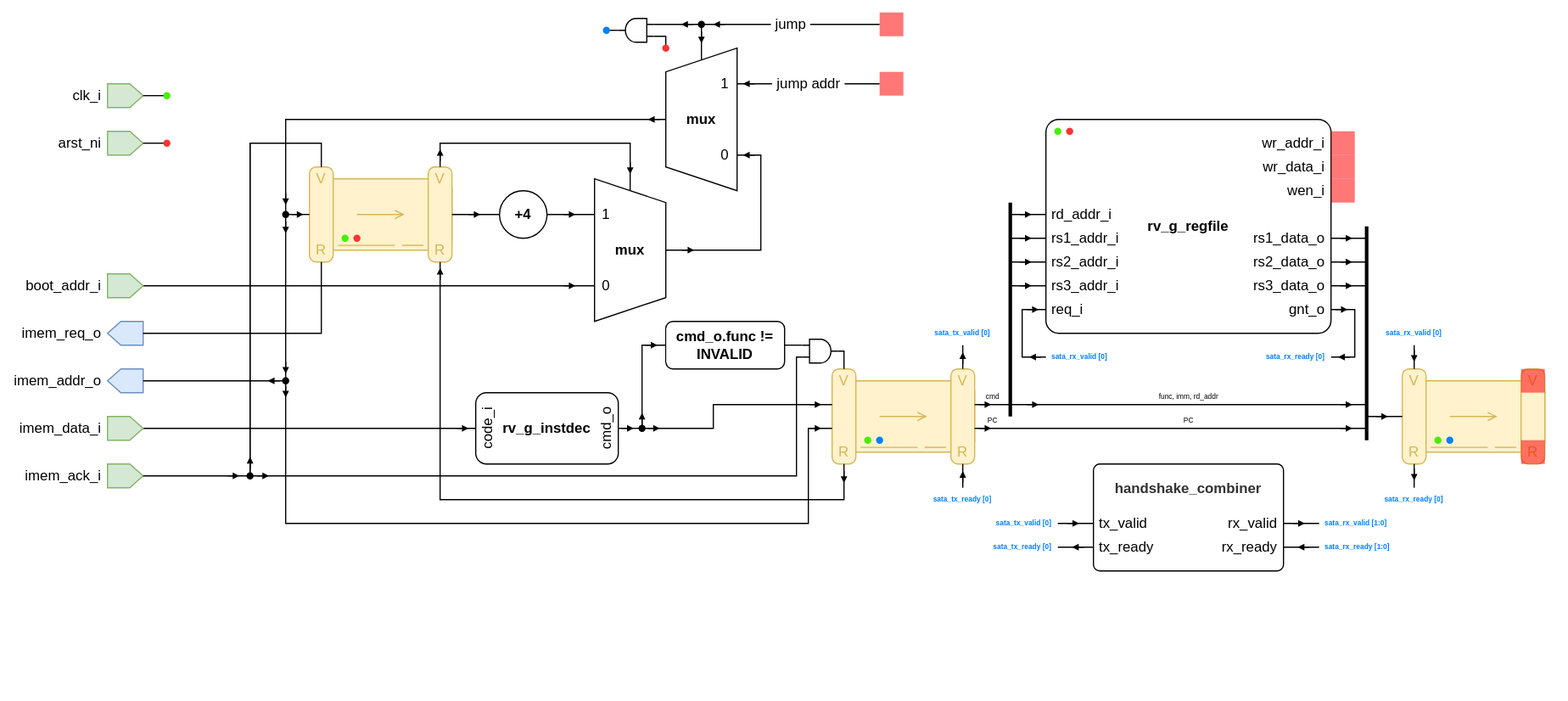
The draw.io diagram docs/rtl/rv_g_core_des.svg in squared-studio/risc-v-core, before a commit. Source tidied: cells renumbered, new cells last; positions are measured from the earlier drawing's top-left corner, leaving out a move shared by most shapes.
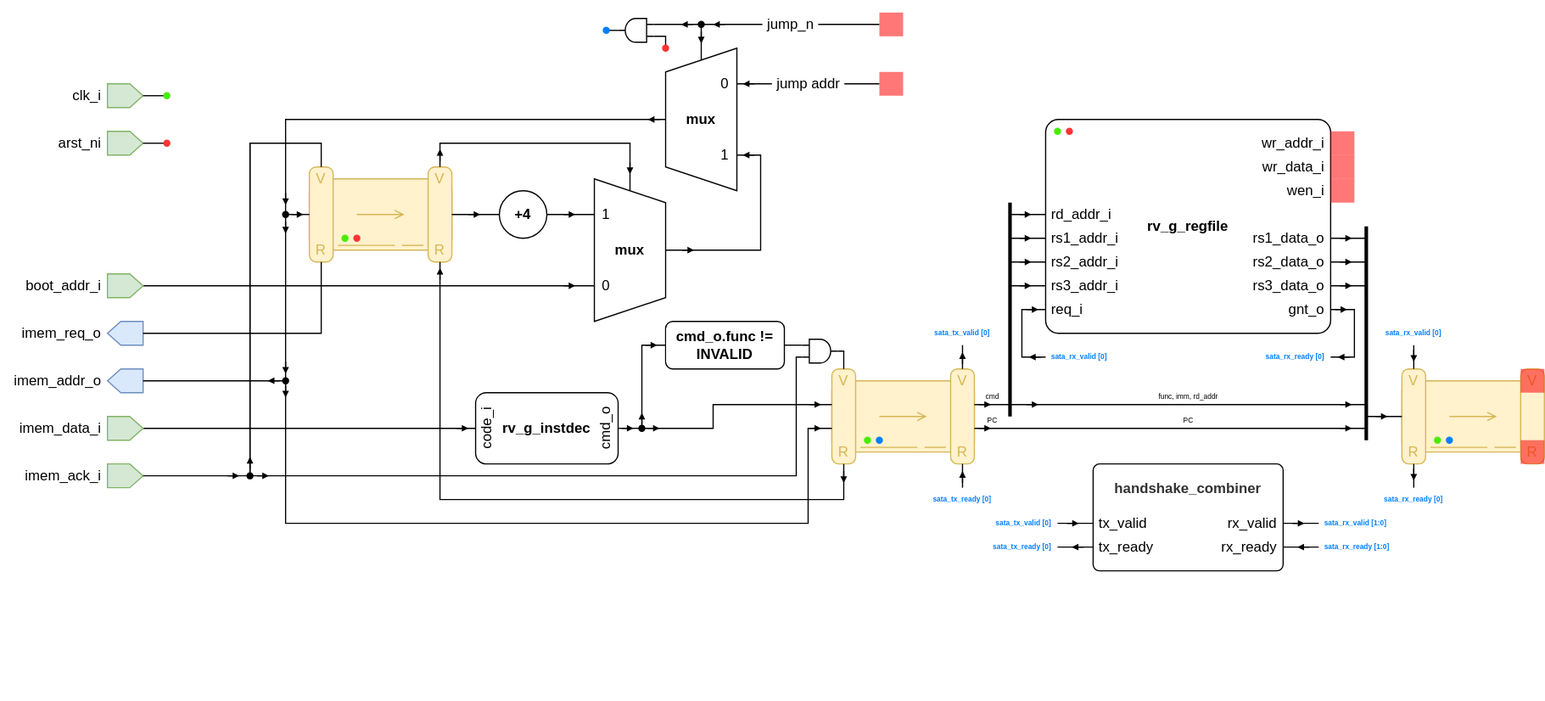
The same diagram one commit later.

Change to the diagram source:
```diff
@@ -3,7 +3,7 @@
     <mxCell id="0" />
     <mxCell id="1" parent="0" />
     <mxCell id="2" style="whiteSpace=wrap;html=1;fontFamily=Helvetica;fontSize=12;fontColor=default;labelBackgroundColor=default;strokeColor=none;" parent="1" vertex="1">
-      <mxGeometry width="1320" height="500" as="geometry" />
+      <mxGeometry width="490" height="500" as="geometry" />
     </mxCell>
     <mxCell id="3" value="&lt;b&gt;rv_g_instdec&lt;/b&gt;" style="rounded=1;whiteSpace=wrap;html=1;strokeColor=default;align=center;verticalAlign=middle;fontFamily=Helvetica;fontSize=12;fontColor=default;labelBackgroundColor=default;fillColor=default;" parent="1" vertex="1">
       <mxGeometry x="400" y="330" width="120" height="60" as="geometry" />
@@ -84,7 +84,7 @@
     <mxCell id="22" style="group;" parent="1" vertex="1">
       <mxGeometry x="560" y="40" width="60" height="120" as="geometry" />
     </mxCell>
-    <mxCell id="23" value="&amp;nbsp;jump&amp;nbsp;" style="edgeStyle=orthogonalEdgeStyle;shape=connector;rounded=0;jettySize=auto;html=1;exitDx=0;exitDy=0;strokeColor=default;align=center;verticalAlign=middle;fontFamily=Helvetica;fontSize=12;fontColor=default;labelBackgroundColor=default;endArrow=none;" parent="22" edge="1" source="28">
+    <mxCell id="23" value="&amp;nbsp;jump_n&amp;nbsp;" style="edgeStyle=orthogonalEdgeStyle;shape=connector;rounded=0;jettySize=auto;html=1;exitDx=0;exitDy=0;strokeColor=default;align=center;verticalAlign=middle;fontFamily=Helvetica;fontSize=12;fontColor=default;labelBackgroundColor=default;endArrow=none;" parent="22" edge="1" source="28">
       <mxGeometry relative="1" as="geometry">
         <mxPoint x="180" y="-20" as="targetPoint" />
         <Array as="points">
@@ -100,10 +100,10 @@
         <mxPoint x="180" y="30" as="targetPoint" />
       </mxGeometry>
     </mxCell>
-    <mxCell id="26" value="1" style="rounded=0;whiteSpace=wrap;html=1;fontSize=12;fillColor=none;strokeColor=none;fontColor=#000000;" parent="22" vertex="1">
+    <mxCell id="26" value="0" style="rounded=0;whiteSpace=wrap;html=1;fontSize=12;fillColor=none;strokeColor=none;fontColor=#000000;" parent="22" vertex="1">
       <mxGeometry x="40" y="20" width="20" height="20" as="geometry" />
     </mxCell>
-    <mxCell id="27" value="0" style="rounded=0;whiteSpace=wrap;html=1;fontSize=12;fillColor=none;strokeColor=none;fontColor=#000000;" parent="22" vertex="1">
+    <mxCell id="27" value="1" style="rounded=0;whiteSpace=wrap;html=1;fontSize=12;fillColor=none;strokeColor=none;fontColor=#000000;" parent="22" vertex="1">
       <mxGeometry x="40" y="80" width="20" height="20" as="geometry" />
     </mxCell>
     <mxCell id="28" style="shape=waypoint;sketch=0;size=6;points=[];fillColor=none;perimeter=centerPerimeter;snapToPoint=1;align=center;verticalAlign=top;fontFamily=Helvetica;fontSize=12;fontColor=default;labelBackgroundColor=default;" parent="22" vertex="1">
```
